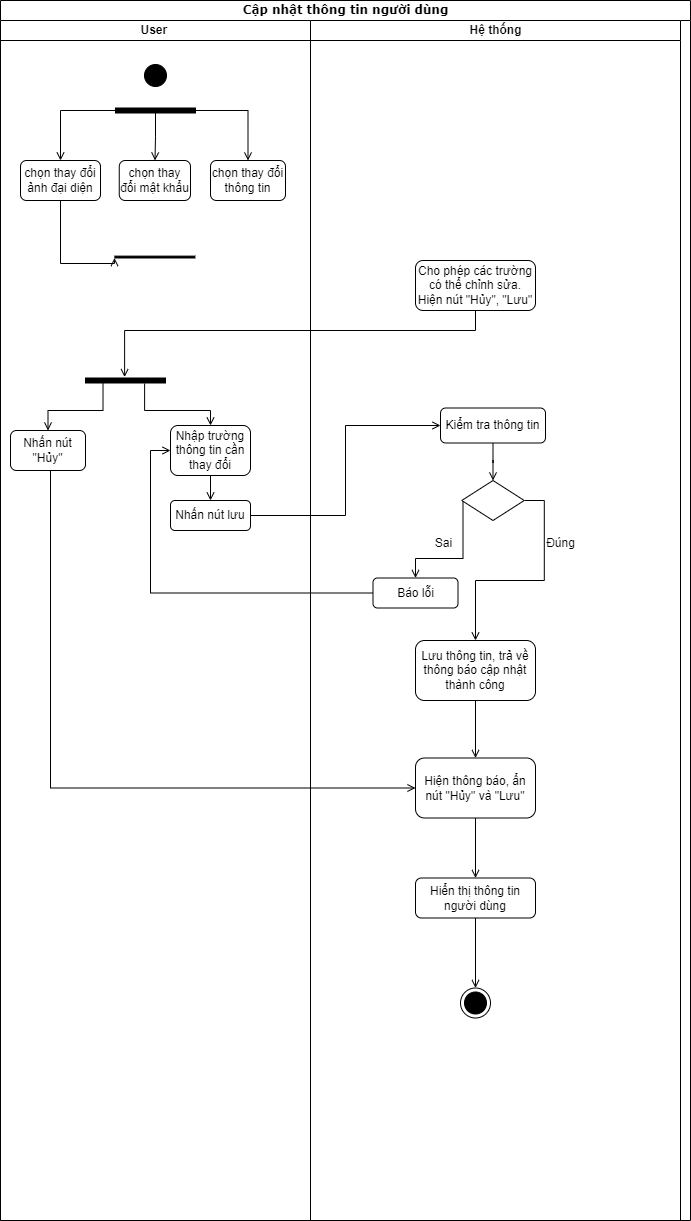
Earlier version of the draw.io export activity diagram/thay đổi thông tin.drawio.png (kienndhn/draw-io). Source tidied: cells renumbered, new cells last; positions are measured from the earlier drawing's top-left corner, leaving out a move shared by most shapes.
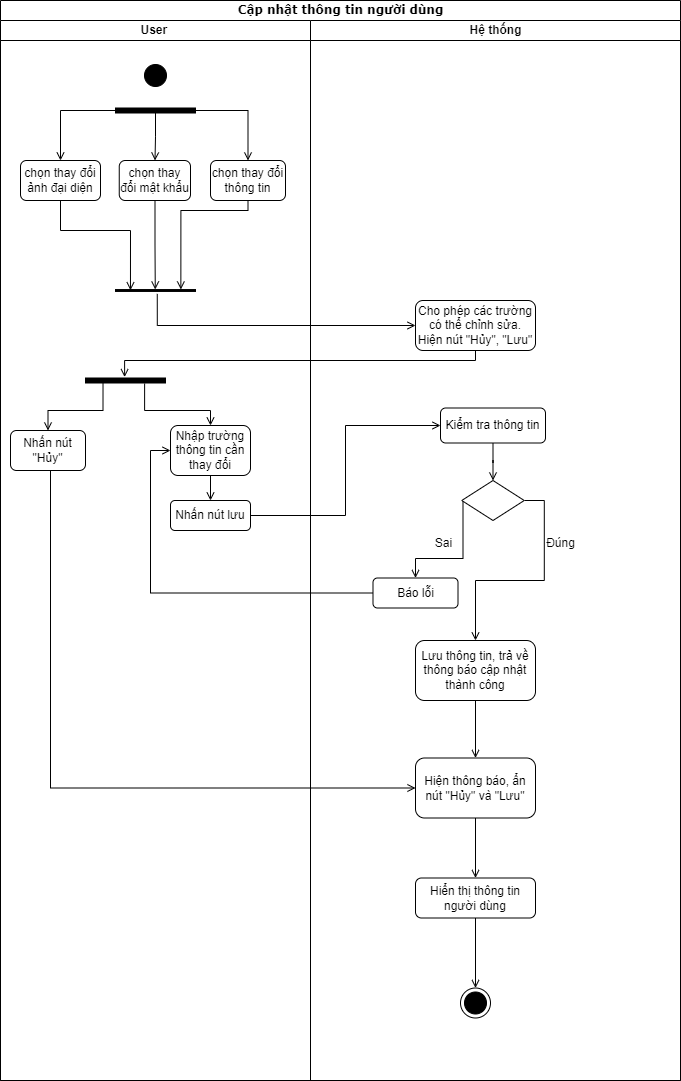
Above is the later version.

The edit, as a diff of the source:
```diff
@@ -3,14 +3,22 @@
     <mxCell id="0" />
     <mxCell id="1" parent="0" />
     <mxCell id="2" value="Cập nhật thông tin người dùng" style="swimlane;html=1;startSize=20;rounded=0;shadow=0;comic=0;labelBackgroundColor=none;strokeWidth=1;fontFamily=Verdana;fontSize=12;align=center;" parent="1" vertex="1">
-      <mxGeometry width="690" height="1220" as="geometry" />
+      <mxGeometry width="680" height="1080" as="geometry" />
     </mxCell>
     <mxCell id="3" value="User&amp;nbsp;" style="swimlane;html=1;startSize=20;" parent="2" vertex="1">
-      <mxGeometry y="20" width="310" height="1200" as="geometry" />
+      <mxGeometry y="20" width="310" height="1060" as="geometry" />
     </mxCell>
     <mxCell id="4" style="ellipse;html=1;shape=startState;fillColor=#000000;strokeColor=#000000;" parent="3" vertex="1">
       <mxGeometry x="140" y="40" width="30" height="30" as="geometry" />
     </mxCell>
+    <mxCell id="42" style="edgeStyle=orthogonalEdgeStyle;rounded=0;jettySize=auto;html=1;entryX=-0.032;entryY=0.183;entryDx=0;entryDy=0;entryPerimeter=0;strokeColor=#000000;strokeWidth=1;endArrow=open;endFill=0;" parent="3" edge="1" source="5" target="20">
+      <mxGeometry relative="1" as="geometry">
+        <Array as="points">
+          <mxPoint x="248" y="190" />
+          <mxPoint x="180" y="190" />
+        </Array>
+      </mxGeometry>
+    </mxCell>
     <mxCell id="5" value="chọn thay đổi thông tin" style="rounded=1;whiteSpace=wrap;html=1;strokeColor=#000000;" parent="3" vertex="1">
       <mxGeometry x="210" y="140" width="75" height="40" as="geometry" />
     </mxCell>
@@ -57,27 +65,31 @@
     <mxCell id="16" style="html=1;points=[];perimeter=orthogonalPerimeter;fillColor=strokeColor;strokeColor=default;rotation=90;" parent="3" vertex="1">
       <mxGeometry x="152.5" y="50" width="5" height="80" as="geometry" />
     </mxCell>
-    <mxCell id="17" style="edgeStyle=orthogonalEdgeStyle;rounded=0;jettySize=auto;html=1;strokeColor=#000000;strokeWidth=1;endArrow=open;endFill=0;entryX=1.02;entryY=1.005;entryDx=0;entryDy=0;entryPerimeter=0;" parent="3" edge="1" source="18" target="20">
+    <mxCell id="17" style="edgeStyle=orthogonalEdgeStyle;rounded=0;jettySize=auto;html=1;entryX=0.394;entryY=0.813;entryDx=0;entryDy=0;entryPerimeter=0;strokeColor=#000000;strokeWidth=1;endArrow=open;endFill=0;" parent="3" edge="1" source="18" target="20">
       <mxGeometry relative="1" as="geometry">
         <Array as="points">
-          <mxPoint x="60" y="243" />
+          <mxPoint x="60" y="210" />
+          <mxPoint x="130" y="210" />
         </Array>
       </mxGeometry>
     </mxCell>
     <mxCell id="18" value="chọn thay đổi ảnh đại diện" style="rounded=1;whiteSpace=wrap;html=1;strokeColor=default;" parent="3" vertex="1">
       <mxGeometry x="20" y="140" width="80" height="40" as="geometry" />
     </mxCell>
+    <mxCell id="43" style="edgeStyle=orthogonalEdgeStyle;rounded=0;jettySize=auto;html=1;entryX=-0.032;entryY=0.503;entryDx=0;entryDy=0;entryPerimeter=0;strokeColor=#000000;strokeWidth=1;endArrow=open;endFill=0;" parent="3" edge="1" source="19" target="20">
+      <mxGeometry relative="1" as="geometry" />
+    </mxCell>
     <mxCell id="19" value="chọn thay đổi mật khẩu" style="rounded=1;whiteSpace=wrap;html=1;strokeColor=default;" parent="3" vertex="1">
       <mxGeometry x="118.8" y="140" width="71.2" height="40" as="geometry" />
     </mxCell>
     <mxCell id="20" style="html=1;points=[];perimeter=orthogonalPerimeter;fillColor=strokeColor;strokeColor=default;rotation=90;" parent="3" vertex="1">
-      <mxGeometry x="153.4" y="196.6" width="1.9" height="80" as="geometry" />
+      <mxGeometry x="154.1" y="230" width="1.9" height="80" as="geometry" />
     </mxCell>
     <mxCell id="21" value="Hệ thống" style="swimlane;html=1;startSize=20;" parent="2" vertex="1">
-      <mxGeometry x="310" y="20" width="370" height="1200" as="geometry" />
+      <mxGeometry x="310" y="20" width="370" height="1060" as="geometry" />
     </mxCell>
     <mxCell id="22" value="Cho phép các trường có thể chỉnh sửa. Hiện nút &quot;Hủy&quot;, &quot;Lưu&quot;" style="rounded=1;whiteSpace=wrap;html=1;strokeColor=#000000;" parent="21" vertex="1">
-      <mxGeometry x="105" y="240" width="120" height="50" as="geometry" />
+      <mxGeometry x="105" y="280" width="120" height="50" as="geometry" />
     </mxCell>
     <mxCell id="23" style="edgeStyle=orthogonalEdgeStyle;rounded=0;jettySize=auto;html=1;entryX=0.5;entryY=0;entryDx=0;entryDy=0;strokeColor=#000000;strokeWidth=1;endArrow=open;endFill=0;exitX=0.02;exitY=0.5;exitDx=0;exitDy=0;exitPerimeter=0;" parent="21" edge="1" source="26" target="24">
       <mxGeometry relative="1" as="geometry">
@@ -132,8 +144,8 @@
     <mxCell id="38" style="edgeStyle=orthogonalEdgeStyle;rounded=0;jettySize=auto;html=1;strokeColor=#000000;endArrow=open;endFill=0;entryX=-0.18;entryY=0.511;entryDx=0;entryDy=0;entryPerimeter=0;exitX=0.5;exitY=1;exitDx=0;exitDy=0;" parent="2" edge="1" source="22" target="8">
       <mxGeometry relative="1" as="geometry">
         <Array as="points">
-          <mxPoint x="475" y="330" />
-          <mxPoint x="124" y="330" />
+          <mxPoint x="475" y="360" />
+          <mxPoint x="124" y="360" />
         </Array>
       </mxGeometry>
     </mxCell>
@@ -150,5 +162,12 @@
         </Array>
       </mxGeometry>
     </mxCell>
+    <mxCell id="44" style="edgeStyle=orthogonalEdgeStyle;rounded=0;jettySize=auto;html=1;entryX=0;entryY=0.5;entryDx=0;entryDy=0;strokeColor=#000000;strokeWidth=1;endArrow=open;endFill=0;exitX=2.309;exitY=0.478;exitDx=0;exitDy=0;exitPerimeter=0;" parent="2" edge="1" source="20" target="22">
+      <mxGeometry relative="1" as="geometry">
+        <Array as="points">
+          <mxPoint x="157" y="325" />
+        </Array>
+      </mxGeometry>
+    </mxCell>
   </root>
 </mxGraphModel>
```
